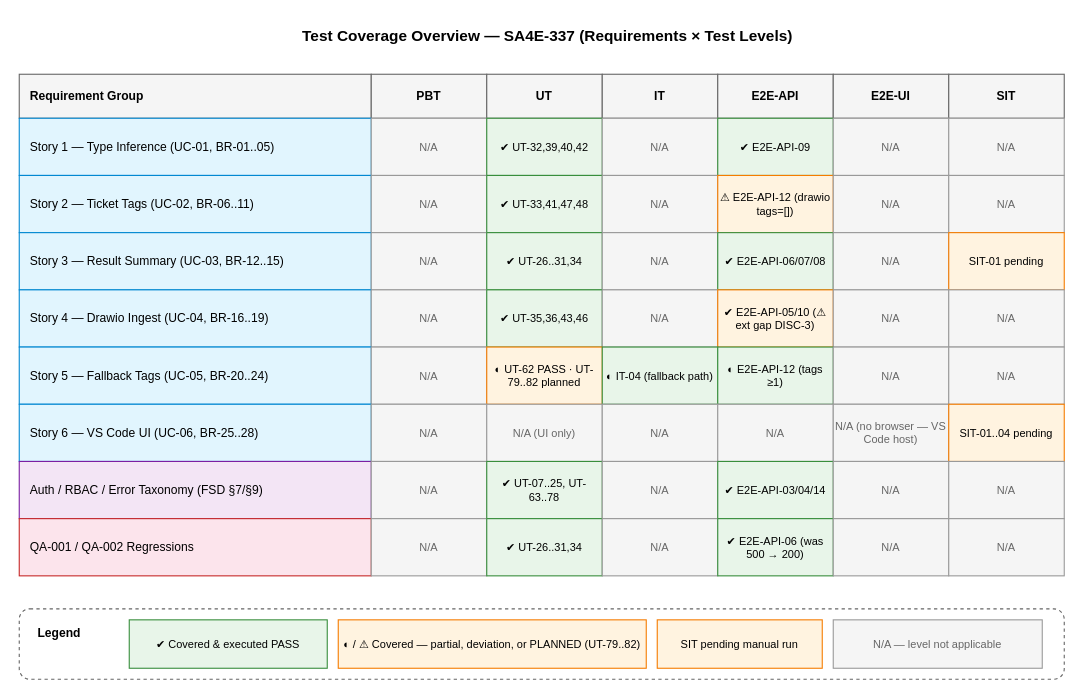
The draw.io diagram documents/SA4E-337/diagrams/test-coverage.drawio in dnguyenminh/SDLC-Agents-4-Enteprise, before the edit. Source tidied: cells renumbered, new cells numbered last; positions are measured from the earlier drawing's top-left corner, leaving out a move shared by most shapes. Both pictures are drawn from the tidied source at 110%, with x=0, y=0 at pixel (19, 19).
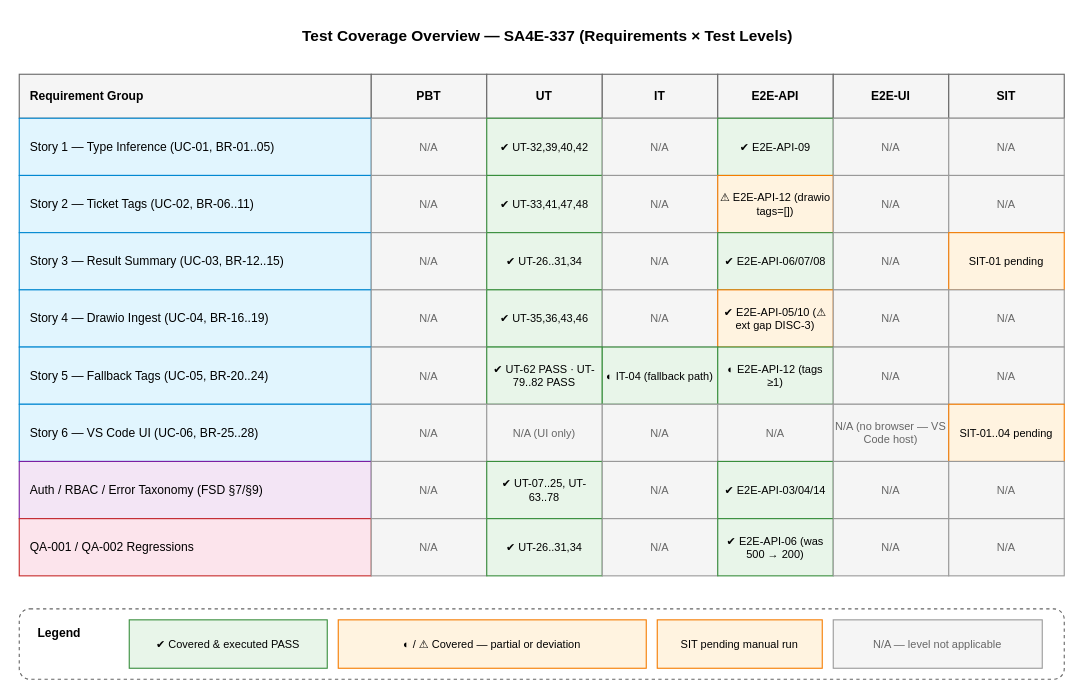
The same diagram, later.

Change to the diagram source:
```diff
@@
-    <mxCell id="40" value="◐ UT-62 PASS · UT-79..82 planned" style="rounded=0;whiteSpace=wrap;html=1;fillColor=#fff3e0;strokeColor=#f57c00;fontSize=10;" parent="1" vertex="1">
+    <mxCell id="40" value="✔ UT-62 PASS · UT-79..82 PASS" style="rounded=0;whiteSpace=wrap;html=1;fillColor=#e8f5e9;strokeColor=#388e3c;fontSize=10;" parent="1" vertex="1">
       <mxGeometry x="425" y="298" width="105" height="52" as="geometry" />
     </mxCell>
@@
-    <mxCell id="69" value="◐ / ⚠ Covered — partial, deviation, or PLANNED (UT-79..82)" style="rounded=0;whiteSpace=wrap;html=1;fillColor=#fff3e0;strokeColor=#f57c00;fontSize=10;" parent="1" vertex="1">
+    <mxCell id="69" value="◐ / ⚠ Covered — partial or deviation" style="rounded=0;whiteSpace=wrap;html=1;fillColor=#fff3e0;strokeColor=#f57c00;fontSize=10;" parent="1" vertex="1">
       <mxGeometry x="290" y="546" width="280" height="44" as="geometry" />
     </mxCell>
```
